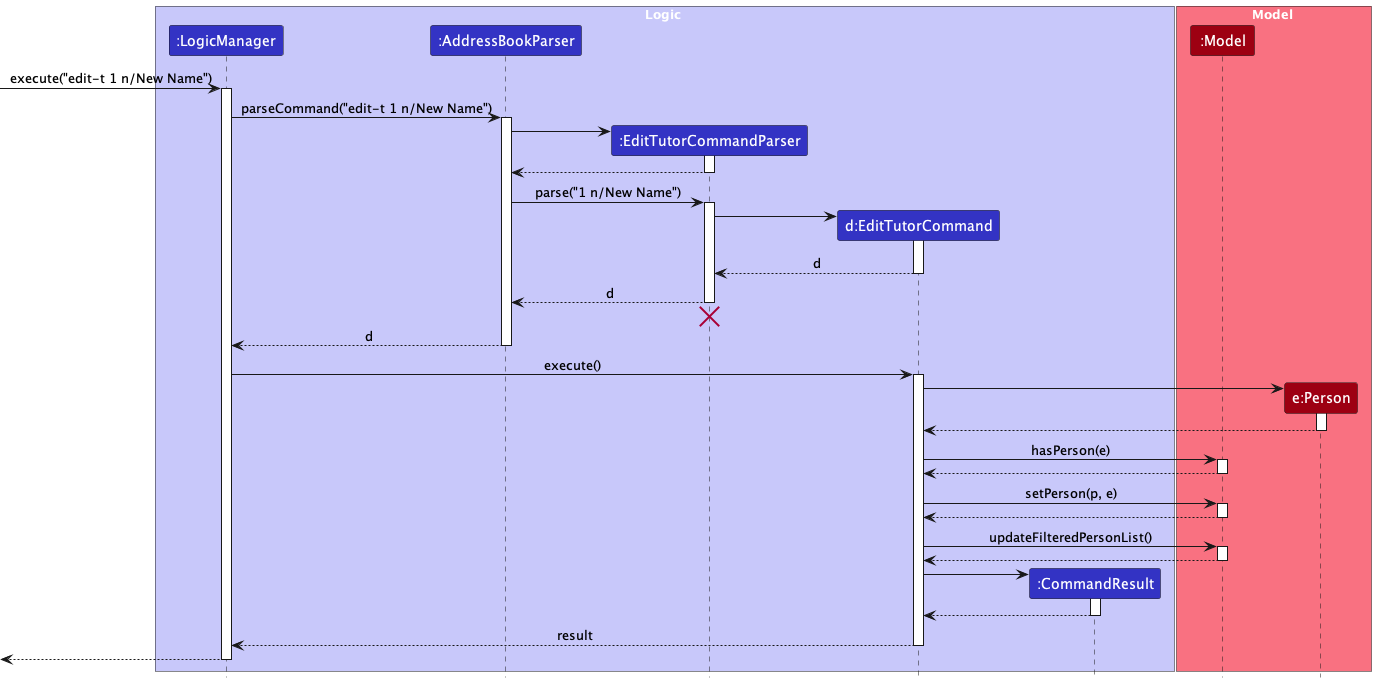
Before: docs/images/EditTutorSequenceDiagram.png, a diagram exported from PlantUML (nus-cs2103-AY2324S1/tp).
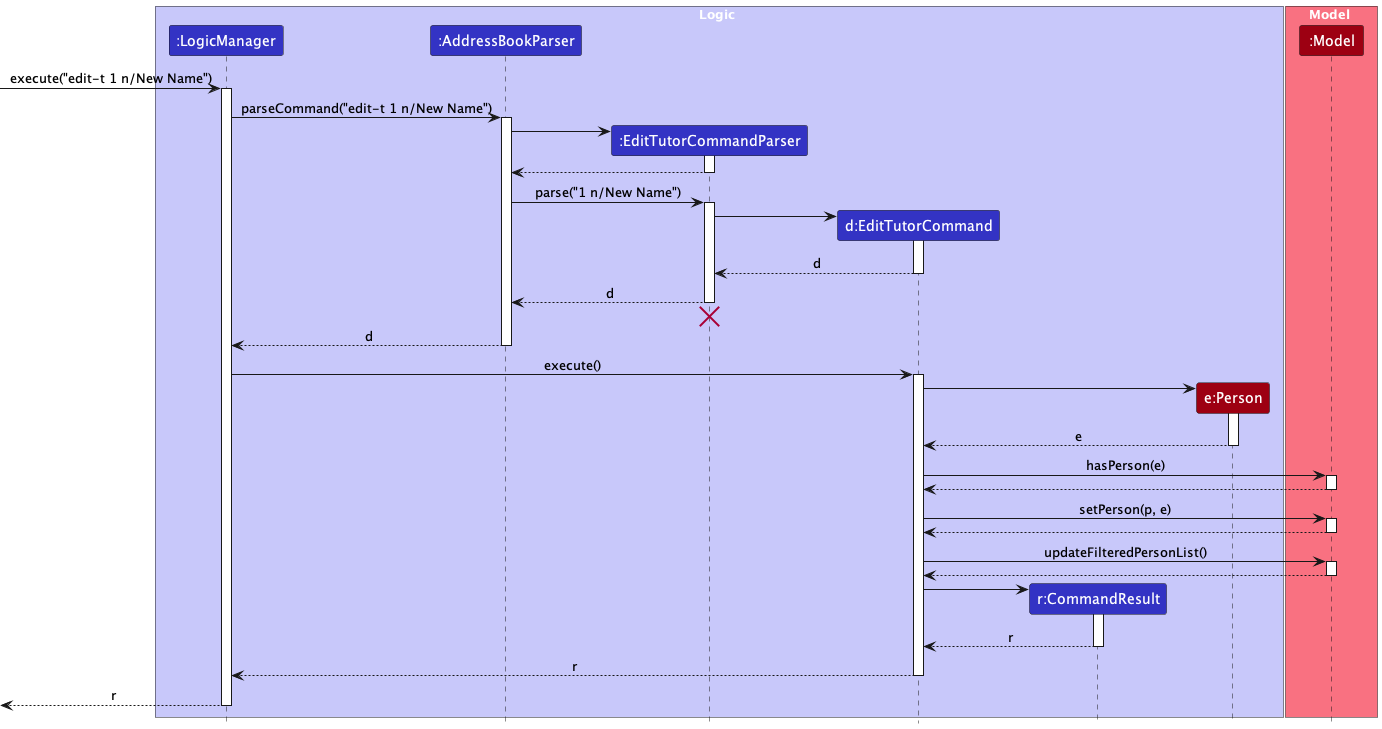
After the change.

What changed in the source:
```diff
@@ -7,12 +7,12 @@
 participant ":AddressBookParser" as AddressBookParser LOGIC_COLOR
 participant ":EditTutorCommandParser" as EditTutorCommandParser LOGIC_COLOR
 participant "d:EditTutorCommand" as EditTutorCommand LOGIC_COLOR
-participant ":CommandResult" as CommandResult LOGIC_COLOR
+participant "r:CommandResult" as CommandResult LOGIC_COLOR
+participant "e:Person" as EditedPerson MODEL_COLOR
 end box
 
 box Model MODEL_COLOR_T1
 participant ":Model" as Model MODEL_COLOR
-participant "e:Person" as EditedPerson MODEL_COLOR
 end box
 
 [-> LogicManager : execute("edit-t 1 n/New Name")
@@ -51,7 +51,7 @@
 
 create EditedPerson
 EditTutorCommand -> EditedPerson ++
-return
+return e
 
 EditTutorCommand -> Model ++ : hasPerson(e)
 return
@@ -72,12 +72,12 @@
 EditTutorCommand -> CommandResult
 activate CommandResult
 
-CommandResult --> EditTutorCommand
+CommandResult --> EditTutorCommand : r
 deactivate CommandResult
 
-EditTutorCommand --> LogicManager : result
+EditTutorCommand --> LogicManager : r
 deactivate EditTutorCommand
 
-[<--LogicManager
+[<--LogicManager : r
 deactivate LogicManager
 @enduml
```
